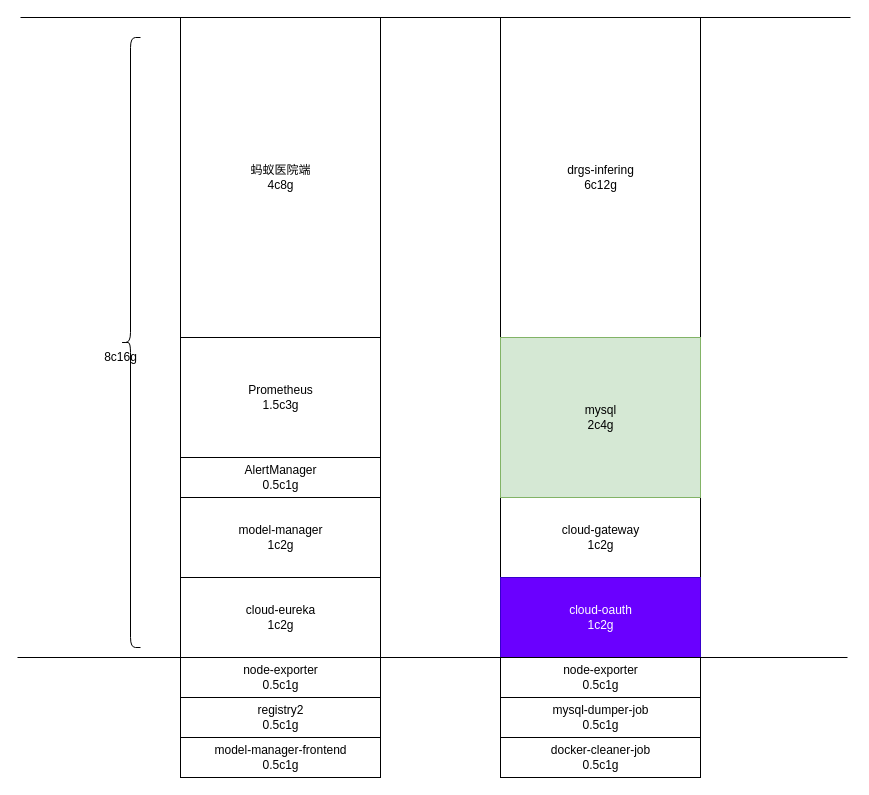
cactusgame/awesome keeps this draw.io diagram as article/fl-learning.drawio. Above is the earlier version. Source tidied: cells renumbered, new cells numbered last; positions are measured from the earlier drawing's top-left corner, leaving out a move shared by most shapes. Both pictures are drawn from the tidied source at 100%, with x=0, y=0 at pixel (17, 17).
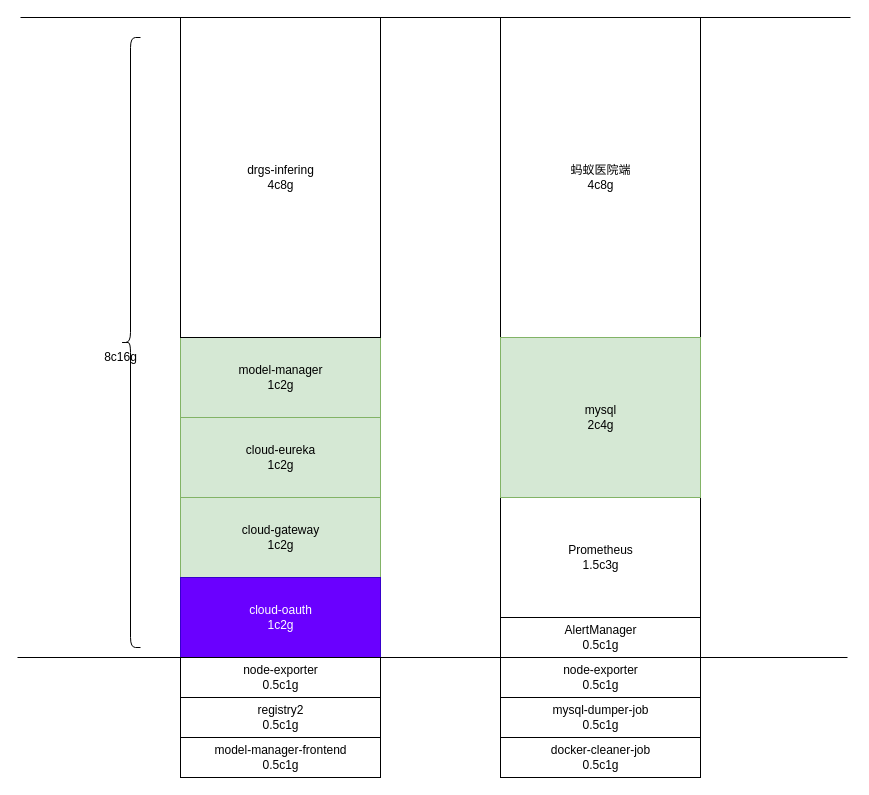
After the change.

The edit, as a diff of the source:
```diff
@@
     <mxCell id="4" value="蚂蚁医院端&lt;br&gt;4c8g" style="html=1;" parent="1" vertex="1">
-      <mxGeometry x="163" width="200" height="320" as="geometry" />
+      <mxGeometry x="483" width="200" height="320" as="geometry" />
     </mxCell>
     <mxCell id="5" value="Prometheus&lt;br&gt;1.5c3g" style="html=1;" parent="1" vertex="1">
-      <mxGeometry x="163" y="320" width="200" height="120" as="geometry" />
+      <mxGeometry x="483" y="480" width="200" height="120" as="geometry" />
     </mxCell>
@@
     <mxCell id="7" value="AlertManager&lt;br&gt;0.5c1g" style="html=1;" parent="1" vertex="1">
-      <mxGeometry x="163" y="440" width="200" height="40" as="geometry" />
+      <mxGeometry x="483" y="600" width="200" height="40" as="geometry" />
     </mxCell>
-    <mxCell id="8" value="model-manager&lt;br&gt;1c2g" style="html=1;" parent="1" vertex="1">
-      <mxGeometry x="163" y="480" width="200" height="80" as="geometry" />
+    <mxCell id="8" value="model-manager&lt;br&gt;1c2g" style="html=1;fillColor=#d5e8d4;strokeColor=#82b366;" parent="1" vertex="1">
+      <mxGeometry x="163" y="320" width="200" height="80" as="geometry" />
     </mxCell>
-    <mxCell id="9" value="drgs-infering&lt;br&gt;6c12g" style="html=1;" parent="1" vertex="1">
-      <mxGeometry x="483" width="200" height="320" as="geometry" />
+    <mxCell id="9" value="drgs-infering&lt;br&gt;4c8g" style="html=1;" parent="1" vertex="1">
+      <mxGeometry x="163" width="200" height="320" as="geometry" />
     </mxCell>
-    <mxCell id="10" value="cloud-gateway&lt;br&gt;1c2g" style="html=1;" parent="1" vertex="1">
-      <mxGeometry x="483" y="480" width="200" height="80" as="geometry" />
+    <mxCell id="10" value="cloud-gateway&lt;br&gt;1c2g" style="html=1;fillColor=#d5e8d4;strokeColor=#82b366;" parent="1" vertex="1">
+      <mxGeometry x="163" y="480" width="200" height="80" as="geometry" />
     </mxCell>
-    <mxCell id="11" value="cloud-eureka&lt;br&gt;1c2g" style="html=1;" parent="1" vertex="1">
-      <mxGeometry x="163" y="560" width="200" height="80" as="geometry" />
+    <mxCell id="11" value="cloud-eureka&lt;br&gt;1c2g" style="html=1;fillColor=#d5e8d4;strokeColor=#82b366;" parent="1" vertex="1">
+      <mxGeometry x="163" y="400" width="200" height="80" as="geometry" />
     </mxCell>
     <mxCell id="12" value="cloud-oauth&lt;br&gt;1c2g" style="html=1;fillColor=#6a00ff;strokeColor=#3700CC;fontColor=#ffffff;" parent="1" vertex="1">
-      <mxGeometry x="483" y="560" width="200" height="80" as="geometry" />
+      <mxGeometry x="163" y="560" width="200" height="80" as="geometry" />
     </mxCell>
```
